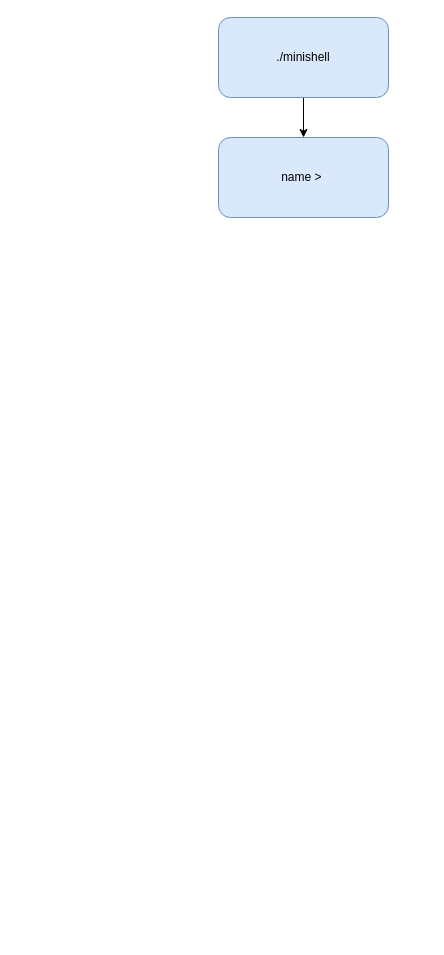
This is minishell.drawio from JNTHNN/Minishell, a draw.io file, before an edit. Source tidied: cells renumbered, new cells numbered last; positions are measured from the earlier drawing's top-left corner, leaving out a move shared by most shapes. Both pictures are drawn from the tidied source at 100%, with x=0, y=0 at pixel (218, 17).
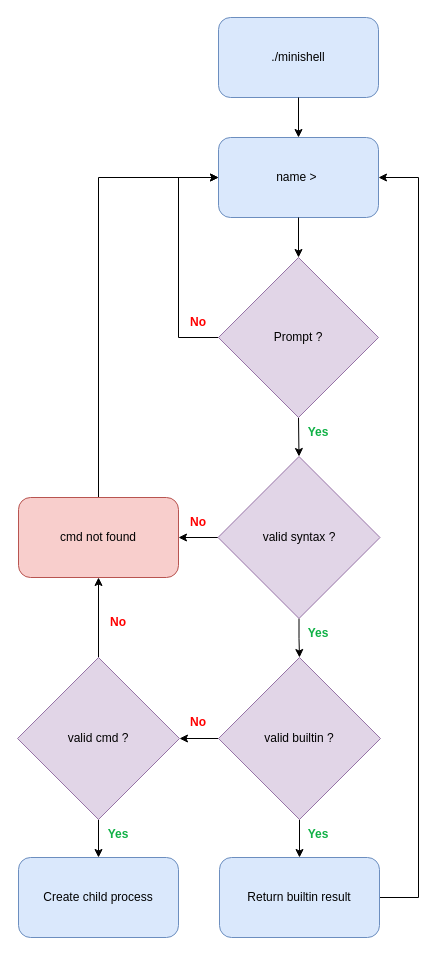
Above is the later version.

Change to the diagram source:
```diff
@@
-    <mxCell id="2" style="edgeStyle=orthogonalEdgeStyle;rounded=0;jettySize=auto;html=1;exitX=0.5;exitY=1;exitDx=0;exitDy=0;entryX=0.5;entryY=0;entryDx=0;entryDy=0;" parent="1" edge="1" source="3" target="4">
-      <mxGeometry relative="1" as="geometry" />
-    </mxCell>
     <mxCell id="3" value="./minishell" style="rounded=1;whiteSpace=wrap;html=1;fillColor=#dae8fc;strokeColor=#6c8ebf;" parent="1" vertex="1">
-      <mxGeometry width="170" height="80" as="geometry" />
+      <mxGeometry width="160" height="80" as="geometry" />
     </mxCell>
     <mxCell id="4" value="name &amp;gt;&amp;nbsp;" style="rounded=1;whiteSpace=wrap;html=1;fillColor=#dae8fc;strokeColor=#6c8ebf;" parent="1" vertex="1">
-      <mxGeometry y="120" width="170" height="80" as="geometry" />
+      <mxGeometry y="120" width="160" height="80" as="geometry" />
     </mxCell>
+    <mxCell id="2" style="edgeStyle=orthogonalEdgeStyle;rounded=0;jettySize=auto;html=1;exitX=0.5;exitY=1;exitDx=0;exitDy=0;entryX=0.5;entryY=0;entryDx=0;entryDy=0;" parent="1" edge="1" source="3" target="4">
+      <mxGeometry relative="1" as="geometry" />
+    </mxCell>
+    <mxCell id="5" style="edgeStyle=orthogonalEdgeStyle;rounded=0;jettySize=auto;html=1;entryX=0.5;entryY=0;entryDx=0;entryDy=0;exitX=0.5;exitY=1;exitDx=0;exitDy=0;" parent="1" edge="1" source="10" target="13">
+      <mxGeometry relative="1" as="geometry" />
+    </mxCell>
+    <mxCell id="6" style="edgeStyle=orthogonalEdgeStyle;rounded=0;jettySize=auto;html=1;exitX=0;exitY=0.5;exitDx=0;exitDy=0;entryX=0;entryY=0.5;entryDx=0;entryDy=0;" parent="1" edge="1" source="10" target="4">
+      <mxGeometry relative="1" as="geometry">
+        <Array as="points">
+          <mxPoint x="-40" y="320" />
+          <mxPoint x="-40" y="160" />
+        </Array>
+      </mxGeometry>
+    </mxCell>
+    <mxCell id="7" style="edgeStyle=orthogonalEdgeStyle;rounded=0;jettySize=auto;html=1;entryX=0.5;entryY=0;entryDx=0;entryDy=0;" parent="1" edge="1" source="4" target="10">
+      <mxGeometry relative="1" as="geometry" />
+    </mxCell>
+    <mxCell id="8" value="Yes" style="text;html=1;align=center;verticalAlign=middle;whiteSpace=wrap;rounded=0;fontStyle=1;fontColor=#10b146;" parent="1" vertex="1">
+      <mxGeometry x="70" y="400" width="60" height="30" as="geometry" />
+    </mxCell>
+    <mxCell id="9" value="No" style="text;html=1;align=center;verticalAlign=middle;whiteSpace=wrap;rounded=0;fontStyle=1;fontColor=#FF0000;" parent="1" vertex="1">
+      <mxGeometry x="-50" y="290" width="60" height="30" as="geometry" />
+    </mxCell>
+    <mxCell id="10" value="Prompt ?" style="rhombus;whiteSpace=wrap;html=1;fillColor=#e1d5e7;strokeColor=#9673a6;rotation=0;" parent="1" vertex="1">
+      <mxGeometry y="240" width="160" height="160" as="geometry" />
+    </mxCell>
+    <mxCell id="11" style="edgeStyle=orthogonalEdgeStyle;rounded=0;jettySize=auto;html=1;entryX=1;entryY=0.5;entryDx=0;entryDy=0;" parent="1" edge="1" source="13" target="15">
+      <mxGeometry relative="1" as="geometry" />
+    </mxCell>
+    <mxCell id="12" style="edgeStyle=orthogonalEdgeStyle;rounded=0;jettySize=auto;html=1;entryX=0.5;entryY=0;entryDx=0;entryDy=0;" parent="1" edge="1" source="13" target="18">
+      <mxGeometry relative="1" as="geometry" />
+    </mxCell>
+    <mxCell id="13" value="valid syntax ?" style="rhombus;whiteSpace=wrap;html=1;fillColor=#e1d5e7;strokeColor=#9673a6;rotation=0;" parent="1" vertex="1">
+      <mxGeometry x="-0.5" y="439" width="162" height="162" as="geometry" />
+    </mxCell>
+    <mxCell id="14" style="edgeStyle=orthogonalEdgeStyle;rounded=0;jettySize=auto;html=1;exitX=0.5;exitY=0;exitDx=0;exitDy=0;entryX=0;entryY=0.5;entryDx=0;entryDy=0;" parent="1" edge="1" source="15" target="4">
+      <mxGeometry relative="1" as="geometry" />
+    </mxCell>
+    <mxCell id="15" value="cmd not found" style="rounded=1;whiteSpace=wrap;html=1;fillColor=#f8cecc;strokeColor=#b85450;" parent="1" vertex="1">
+      <mxGeometry x="-200" y="480" width="160" height="80" as="geometry" />
+    </mxCell>
+    <mxCell id="16" style="edgeStyle=orthogonalEdgeStyle;rounded=0;jettySize=auto;html=1;entryX=1;entryY=0.5;entryDx=0;entryDy=0;" parent="1" edge="1" source="18" target="21">
+      <mxGeometry relative="1" as="geometry" />
+    </mxCell>
+    <mxCell id="17" style="edgeStyle=orthogonalEdgeStyle;rounded=0;jettySize=auto;html=1;entryX=0.5;entryY=0;entryDx=0;entryDy=0;" parent="1" edge="1" source="18" target="29">
+      <mxGeometry relative="1" as="geometry" />
+    </mxCell>
+    <mxCell id="18" value="valid builtin ?" style="rhombus;whiteSpace=wrap;html=1;fillColor=#e1d5e7;strokeColor=#9673a6;rotation=0;" parent="1" vertex="1">
+      <mxGeometry y="640" width="162" height="162" as="geometry" />
+    </mxCell>
+    <mxCell id="19" style="edgeStyle=orthogonalEdgeStyle;rounded=0;jettySize=auto;html=1;entryX=0.5;entryY=1;entryDx=0;entryDy=0;" parent="1" edge="1" source="21" target="15">
+      <mxGeometry relative="1" as="geometry" />
+    </mxCell>
+    <mxCell id="20" style="edgeStyle=orthogonalEdgeStyle;rounded=0;jettySize=auto;html=1;entryX=0.5;entryY=0;entryDx=0;entryDy=0;" parent="1" edge="1" source="21" target="26">
+      <mxGeometry relative="1" as="geometry" />
+    </mxCell>
+    <mxCell id="21" value="valid cmd ?" style="rhombus;whiteSpace=wrap;html=1;fillColor=#e1d5e7;strokeColor=#9673a6;rotation=0;" parent="1" vertex="1">
+      <mxGeometry x="-201" y="640" width="162" height="162" as="geometry" />
+    </mxCell>
+    <mxCell id="22" value="No" style="text;html=1;align=center;verticalAlign=middle;whiteSpace=wrap;rounded=0;fontStyle=1;fontColor=#FF0000;" parent="1" vertex="1">
+      <mxGeometry x="-50" y="490" width="60" height="30" as="geometry" />
+    </mxCell>
+    <mxCell id="23" value="No" style="text;html=1;align=center;verticalAlign=middle;whiteSpace=wrap;rounded=0;fontStyle=1;fontColor=#FF0000;" parent="1" vertex="1">
+      <mxGeometry x="-50" y="690" width="60" height="30" as="geometry" />
+    </mxCell>
+    <mxCell id="24" value="No" style="text;html=1;align=center;verticalAlign=middle;whiteSpace=wrap;rounded=0;fontStyle=1;fontColor=#FF0000;" parent="1" vertex="1">
+      <mxGeometry x="-130" y="590" width="60" height="30" as="geometry" />
+    </mxCell>
+    <mxCell id="25" value="Yes" style="text;html=1;align=center;verticalAlign=middle;whiteSpace=wrap;rounded=0;fontStyle=1;fontColor=#10b146;" parent="1" vertex="1">
+      <mxGeometry x="70" y="601" width="60" height="30" as="geometry" />
+    </mxCell>
+    <mxCell id="26" value="Create child process" style="rounded=1;whiteSpace=wrap;html=1;fillColor=#dae8fc;strokeColor=#6c8ebf;" parent="1" vertex="1">
+      <mxGeometry x="-200" y="840" width="160" height="80" as="geometry" />
+    </mxCell>
+    <mxCell id="27" value="Yes" style="text;html=1;align=center;verticalAlign=middle;whiteSpace=wrap;rounded=0;fontStyle=1;fontColor=#10b146;" parent="1" vertex="1">
+      <mxGeometry x="-130" y="802" width="60" height="30" as="geometry" />
+    </mxCell>
+    <mxCell id="28" style="edgeStyle=orthogonalEdgeStyle;rounded=0;jettySize=auto;html=1;entryX=1;entryY=0.5;entryDx=0;entryDy=0;" parent="1" edge="1" source="29" target="4">
+      <mxGeometry relative="1" as="geometry">
+        <Array as="points">
+          <mxPoint x="200" y="880" />
+          <mxPoint x="200" y="160" />
+        </Array>
+      </mxGeometry>
+    </mxCell>
+    <mxCell id="29" value="Return builtin result" style="rounded=1;whiteSpace=wrap;html=1;fillColor=#dae8fc;strokeColor=#6c8ebf;" parent="1" vertex="1">
+      <mxGeometry x="1" y="840" width="160" height="80" as="geometry" />
+    </mxCell>
+    <mxCell id="30" value="Yes" style="text;html=1;align=center;verticalAlign=middle;whiteSpace=wrap;rounded=0;fontStyle=1;fontColor=#10b146;" parent="1" vertex="1">
+      <mxGeometry x="70" y="802" width="60" height="30" as="geometry" />
+    </mxCell>
```
